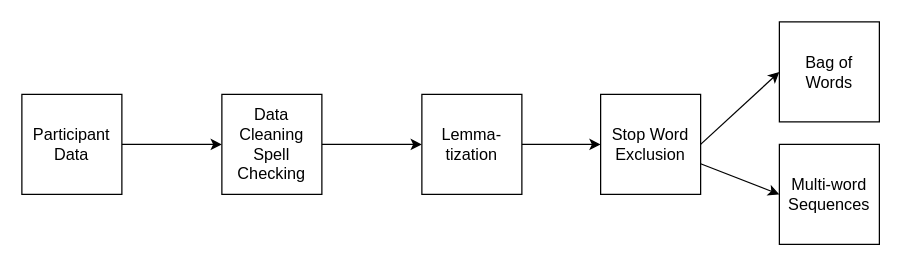
doomlab/FLT-Primer keeps this draw.io diagram as manuscript/process_flow.drawio. Above is the earlier version. Source tidied: cells renumbered, new cells numbered last; positions are measured from the earlier drawing's top-left corner, leaving out a move shared by most shapes. Both pictures are drawn from the tidied source at 125%, with x=0, y=0 at pixel (21, 21).
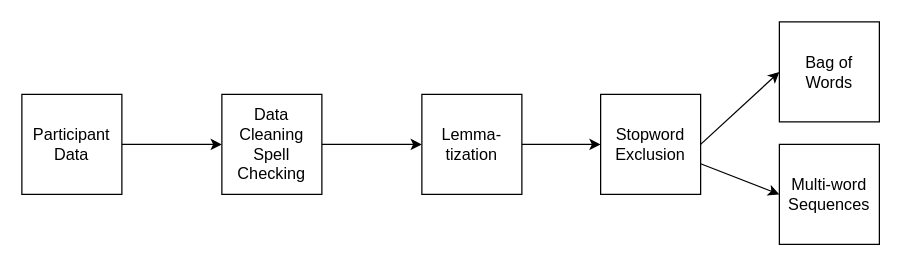
The same diagram, later.

Change to the diagram source:
```diff
@@
 <mxGraphModel>
   <root>
     <mxCell id="0" />
     <mxCell id="1" parent="0" />
     <mxCell id="2" style="edgeStyle=orthogonalEdgeStyle;rounded=0;jettySize=auto;html=1;fontFamily=Helvetica;fontSize=13;" parent="1" edge="1" source="3" target="5">
       <mxGeometry relative="1" as="geometry" />
     </mxCell>
     <mxCell id="3" value="&lt;div style=&quot;font-size: 13px;&quot;&gt;Participant&lt;/div&gt;&lt;div style=&quot;font-size: 13px;&quot;&gt;Data&lt;br style=&quot;font-size: 13px;&quot;&gt;&lt;/div&gt;" style="whiteSpace=wrap;html=1;fontFamily=Helvetica;fontSize=13;" parent="1" vertex="1">
       <mxGeometry y="58" width="80" height="80" as="geometry" />
     </mxCell>
     <mxCell id="4" style="edgeStyle=orthogonalEdgeStyle;rounded=0;jettySize=auto;html=1;fontFamily=Helvetica;fontSize=13;" parent="1" edge="1" source="5" target="7">
       <mxGeometry relative="1" as="geometry" />
     </mxCell>
     <mxCell id="5" value="&lt;div style=&quot;font-size: 13px&quot;&gt;Data&lt;/div&gt;&lt;div style=&quot;font-size: 13px&quot;&gt;Cleaning Spell&lt;/div&gt;&lt;div style=&quot;font-size: 13px&quot;&gt;Checking&lt;/div&gt;" style="whiteSpace=wrap;html=1;fontFamily=Helvetica;fontSize=13;" parent="1" vertex="1">
       <mxGeometry x="160" y="58" width="80" height="80" as="geometry" />
     </mxCell>
     <mxCell id="6" style="edgeStyle=orthogonalEdgeStyle;rounded=0;jettySize=auto;html=1;" parent="1" edge="1" source="7" target="10">
       <mxGeometry relative="1" as="geometry" />
     </mxCell>
     <mxCell id="7" value="&lt;div&gt;Lemma-&lt;/div&gt;&lt;div&gt;tization&lt;br&gt;&lt;/div&gt;" style="whiteSpace=wrap;html=1;fontFamily=Helvetica;fontSize=13;" parent="1" vertex="1">
       <mxGeometry x="320" y="58" width="80" height="80" as="geometry" />
     </mxCell>
     <mxCell id="8" value="&lt;div&gt;Bag of Words&lt;/div&gt;" style="whiteSpace=wrap;html=1;fontFamily=Helvetica;fontSize=13;" parent="1" vertex="1">
       <mxGeometry x="606" width="80" height="80" as="geometry" />
     </mxCell>
     <mxCell id="9" style="rounded=0;jettySize=auto;html=1;entryX=0;entryY=0.5;entryDx=0;entryDy=0;" parent="1" edge="1" source="10" target="11">
       <mxGeometry relative="1" as="geometry" />
     </mxCell>
-    <mxCell id="10" value="&lt;div&gt;Stop Word&lt;/div&gt;&lt;div&gt;Exclusion&lt;br&gt;&lt;/div&gt;" style="whiteSpace=wrap;html=1;fontFamily=Helvetica;fontSize=13;" parent="1" vertex="1">
+    <mxCell id="10" value="&lt;div&gt;Stopword&lt;/div&gt;&lt;div&gt;Exclusion&lt;br&gt;&lt;/div&gt;" style="whiteSpace=wrap;html=1;fontFamily=Helvetica;fontSize=13;" parent="1" vertex="1">
       <mxGeometry x="463" y="58" width="80" height="80" as="geometry" />
     </mxCell>
     <mxCell id="11" value="&lt;div&gt;Multi-word&lt;br&gt;&lt;/div&gt;&lt;div&gt;Sequences&lt;br&gt;&lt;/div&gt;" style="whiteSpace=wrap;html=1;fontFamily=Helvetica;fontSize=13;" parent="1" vertex="1">
       <mxGeometry x="606" y="98" width="80" height="80" as="geometry" />
     </mxCell>
     <mxCell id="12" style="endArrow=classic;html=1;exitX=1;exitY=0.5;exitDx=0;exitDy=0;" parent="1" edge="1" source="10">
       <mxGeometry relative="1" as="geometry">
         <mxPoint x="606" y="40" as="targetPoint" />
       </mxGeometry>
     </mxCell>
   </root>
 </mxGraphModel>
```
